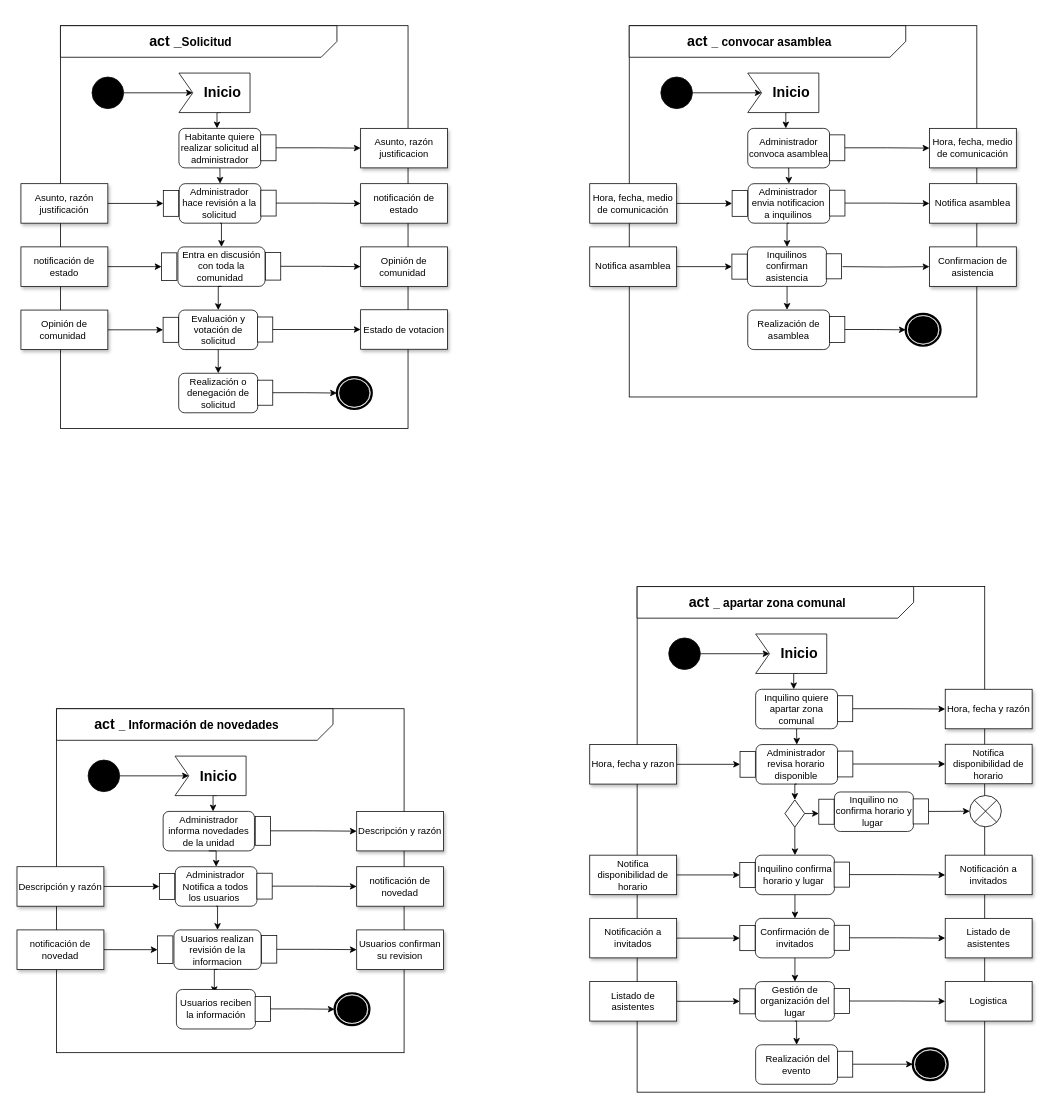
Before: Untitled Diagram.drawio in mnivia/Administracion-unidades-cerradas, a draw.io diagram. Source tidied: cells renumbered, new cells numbered last; positions are measured from the earlier drawing's top-left corner, leaving out a move shared by most shapes. Both pictures are drawn from the tidied source at 79%, with x=0, y=0 at pixel (17, 25).
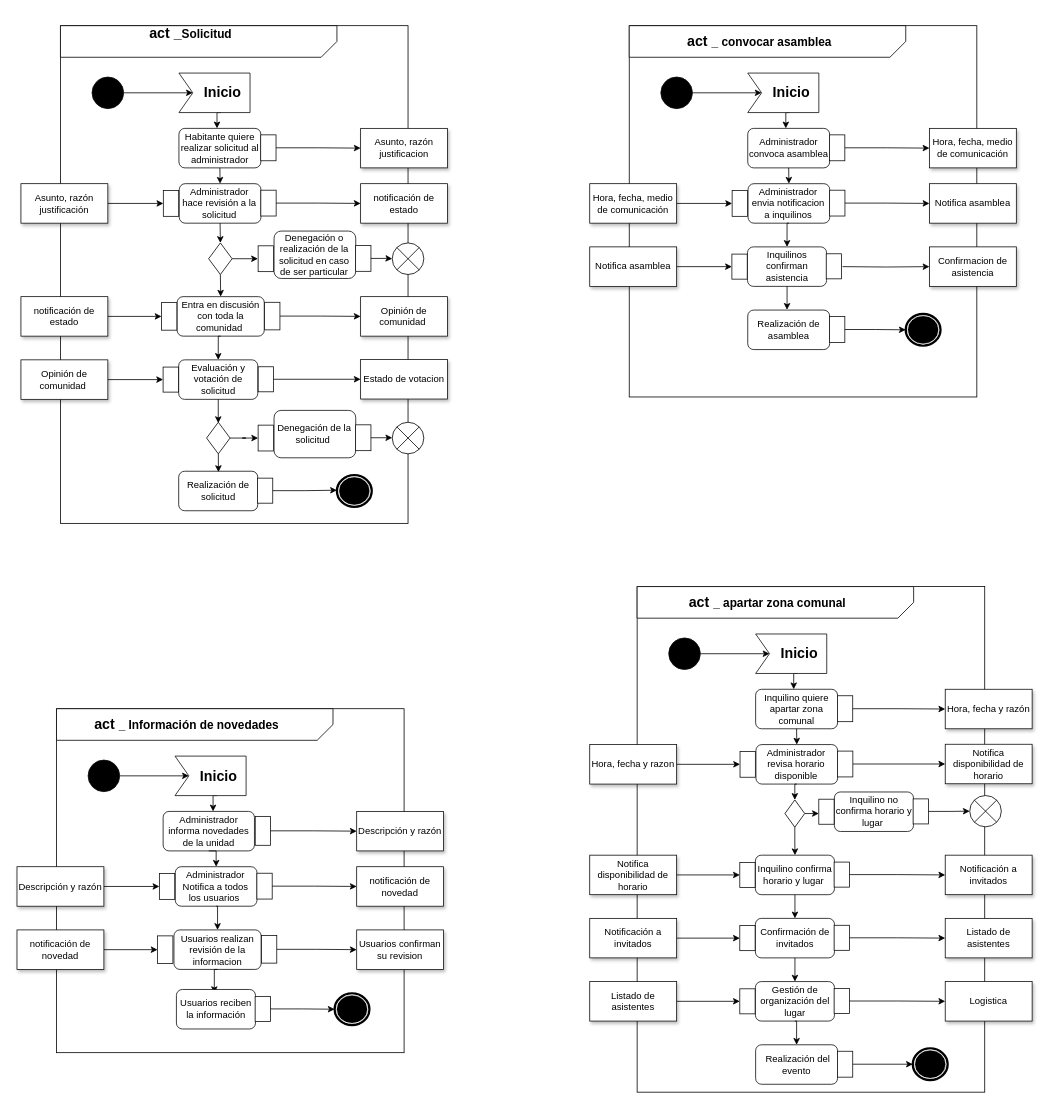
Above is the later version.

Unchanged cells that the change refers to:
```xml
<mxCell id="110" value="Administrador hace revisión a la solicitud" style="rounded=1;whiteSpace=wrap;html=1;strokeColor=#0D0D0D;fillColor=#FFFFFF;" parent="109" vertex="1">
  <mxGeometry width="103.4" height="50" as="geometry" />
</mxCell>
<mxCell id="119" value="Entra en discusión con toda la comunidad&amp;nbsp;" style="rounded=1;whiteSpace=wrap;html=1;strokeColor=#0D0D0D;fillColor=#FFFFFF;" parent="118" vertex="1">
  <mxGeometry width="110.3" height="50" as="geometry" />
</mxCell>
<mxCell id="133" style="group;" parent="132" vertex="1">
  <mxGeometry x="19.7" width="125.5" height="50" as="geometry" />
</mxCell>
<mxCell id="134" value="Evaluación y votación de solicitud" style="rounded=1;whiteSpace=wrap;html=1;strokeColor=#0D0D0D;fillColor=#FFFFFF;" parent="133" vertex="1">
  <mxGeometry width="100.1" height="50" as="geometry" />
</mxCell>
<mxCell id="141" style="group;" parent="140" vertex="1">
  <mxGeometry x="19.7" width="125.5" height="50" as="geometry" />
</mxCell>
<mxCell id="143" style="rounded=0;whiteSpace=wrap;html=1;strokeColor=#0D0D0D;fillColor=#FFFFFF;rotation=-90;" parent="141" vertex="1">
  <mxGeometry x="93.5" y="14.9" width="31.7" height="19.4" as="geometry" />
</mxCell>
```

Diff of the diagram source:
```diff
@@
     <mxCell id="97" style="rounded=0;whiteSpace=wrap;html=1;" parent="1" vertex="1">
-      <mxGeometry x="55" width="440" height="510" as="geometry" />
+      <mxGeometry x="55" width="440" height="630" as="geometry" />
     </mxCell>
@@
     <mxCell id="99" value="&lt;h2 style=&quot;text-align: left&quot;&gt;act&lt;b&gt;&amp;nbsp;_&lt;span style=&quot;font-size: 15px&quot;&gt;Solicitud&lt;/span&gt;&lt;/b&gt;&lt;/h2&gt;" style="text;html=1;strokeColor=none;fillColor=none;align=center;verticalAlign=middle;whiteSpace=wrap;rounded=0;" parent="1" vertex="1">
-      <mxGeometry x="55" y="10" width="330" height="20" as="geometry" />
+      <mxGeometry x="55" width="330" height="20" as="geometry" />
     </mxCell>
     <mxCell id="100" style="shape=mxgraph.bpmn.shape;html=1;verticalLabelPosition=bottom;labelBackgroundColor=#ffffff;verticalAlign=top;align=center;perimeter=ellipsePerimeter;outline=end;symbol=terminate;" parent="1" vertex="1">
-      <mxGeometry x="405" y="445" width="44" height="40" as="geometry" />
+      <mxGeometry x="405" y="569" width="44" height="40" as="geometry" />
     </mxCell>
@@
     <mxCell id="116" value="notificación de estado" style="rounded=0;whiteSpace=wrap;html=1;strokeColor=#0D0D0D;fillColor=#FFFFFF;shadow=1;" parent="1" vertex="1">
-      <mxGeometry x="5" y="280" width="110" height="50" as="geometry" />
+      <mxGeometry x="5" y="343" width="110" height="50" as="geometry" />
     </mxCell>
     <mxCell id="117" style="group;" parent="1" vertex="1">
-      <mxGeometry x="182" y="280" width="160" height="50" as="geometry" />
+      <mxGeometry x="181" y="343" width="160" height="50" as="geometry" />
     </mxCell>
@@
     <mxCell id="121" style="rounded=0;whiteSpace=wrap;html=1;strokeColor=#0D0D0D;fillColor=#FFFFFF;rotation=-90;" parent="117" vertex="1">
-      <mxGeometry x="-6.8" y="15.3" width="34.9" height="19.4" as="geometry" />
+      <mxGeometry x="-5.8" y="15.3" width="34.9" height="19.4" as="geometry" />
     </mxCell>
@@
     <mxCell id="124" value="Opinión de comunidad&amp;nbsp;" style="rounded=0;whiteSpace=wrap;html=1;strokeColor=#0D0D0D;fillColor=#FFFFFF;shadow=1;" parent="1" vertex="1">
-      <mxGeometry x="435" y="280" width="110" height="50" as="geometry" />
+      <mxGeometry x="435" y="343" width="110" height="50" as="geometry" />
     </mxCell>
@@
-    <mxCell id="129" style="edgeStyle=orthogonalEdgeStyle;rounded=0;jettySize=auto;html=1;exitX=0.5;exitY=1;exitDx=0;exitDy=0;entryX=0.5;entryY=0;entryDx=0;entryDy=0;" parent="1" edge="1" source="110" target="119">
-      <mxGeometry relative="1" as="geometry" />
-    </mxCell>
@@
     <mxCell id="131" value="Opinión de comunidad&amp;nbsp;" style="rounded=0;whiteSpace=wrap;html=1;strokeColor=#0D0D0D;fillColor=#FFFFFF;shadow=1;" parent="1" vertex="1">
-      <mxGeometry x="5" y="360" width="110" height="50" as="geometry" />
+      <mxGeometry x="5" y="423" width="110" height="50" as="geometry" />
     </mxCell>
     <mxCell id="132" style="group;fontStyle=1;" parent="1" vertex="1">
-      <mxGeometry x="185" y="360" width="145.2" height="50" as="geometry" />
+      <mxGeometry x="185" y="423" width="145.2" height="50" as="geometry" />
     </mxCell>
@@
     <mxCell id="135" style="rounded=0;whiteSpace=wrap;html=1;strokeColor=#0D0D0D;fillColor=#FFFFFF;rotation=-90;" parent="133" vertex="1">
-      <mxGeometry x="93.5" y="14.9" width="31.7" height="19.4" as="geometry" />
+      <mxGeometry x="94.5" y="14.9" width="31.7" height="19.4" as="geometry" />
     </mxCell>
@@
     <mxCell id="138" value="Estado de votacion" style="rounded=0;whiteSpace=wrap;html=1;strokeColor=#0D0D0D;fillColor=#FFFFFF;shadow=1;" parent="1" vertex="1">
-      <mxGeometry x="435" y="359.6" width="110" height="50" as="geometry" />
+      <mxGeometry x="435" y="422.6" width="110" height="50" as="geometry" />
     </mxCell>
@@
     <mxCell id="140" style="group;fontStyle=1;" parent="1" vertex="1">
-      <mxGeometry x="185" y="440" width="145.2" height="50" as="geometry" />
+      <mxGeometry x="185" y="564" width="145.2" height="50" as="geometry" />
     </mxCell>
@@
-    <mxCell id="142" value="Realización o denegación de solicitud" style="rounded=1;whiteSpace=wrap;html=1;strokeColor=#0D0D0D;fillColor=#FFFFFF;" parent="141" vertex="1">
+    <mxCell id="142" value="Realización de solicitud" style="rounded=1;whiteSpace=wrap;html=1;strokeColor=#0D0D0D;fillColor=#FFFFFF;" parent="141" vertex="1">
       <mxGeometry width="100.1" height="50" as="geometry" />
     </mxCell>
@@
     <mxCell id="144" style="edgeStyle=orthogonalEdgeStyle;rounded=0;jettySize=auto;html=1;exitX=0.5;exitY=1;exitDx=0;exitDy=0;" parent="1" edge="1" source="143">
       <mxGeometry relative="1" as="geometry">
-        <mxPoint x="405" y="465" as="targetPoint" />
+        <mxPoint x="405" y="588" as="targetPoint" />
       </mxGeometry>
     </mxCell>
-    <mxCell id="145" style="edgeStyle=orthogonalEdgeStyle;rounded=0;jettySize=auto;html=1;exitX=0.5;exitY=1;exitDx=0;exitDy=0;entryX=0.5;entryY=0;entryDx=0;entryDy=0;" parent="1" edge="1" source="134" target="142">
-      <mxGeometry relative="1" as="geometry" />
+    <mxCell id="145" style="edgeStyle=orthogonalEdgeStyle;rounded=0;jettySize=auto;html=1;exitX=0.5;exitY=1;exitDx=0;exitDy=0;entryX=0.5;entryY=0;entryDx=0;entryDy=0;" parent="1" edge="1" source="134">
+      <mxGeometry relative="1" as="geometry">
+        <mxPoint x="254.8" y="503" as="targetPoint" />
+      </mxGeometry>
     </mxCell>
@@
+    <mxCell id="196" style="edgeStyle=orthogonalEdgeStyle;rounded=0;jettySize=auto;html=1;exitX=1;exitY=0.5;exitDx=0;exitDy=0;" parent="1" edge="1" source="198">
+      <mxGeometry relative="1" as="geometry">
+        <mxPoint x="305" y="294.9" as="targetPoint" />
+      </mxGeometry>
+    </mxCell>
+    <mxCell id="197" style="edgeStyle=orthogonalEdgeStyle;rounded=0;jettySize=auto;html=1;exitX=0.5;exitY=1;exitDx=0;exitDy=0;entryX=0.5;entryY=0;entryDx=0;entryDy=0;" parent="1" edge="1" source="198" target="119">
+      <mxGeometry relative="1" as="geometry" />
+    </mxCell>
+    <mxCell id="198" style="rhombus;whiteSpace=wrap;html=1;" parent="1" vertex="1">
+      <mxGeometry x="242.6" y="275" width="29.7" height="40" as="geometry" />
+    </mxCell>
+    <mxCell id="199" style="group;" parent="1" vertex="1">
+      <mxGeometry x="305" y="270" width="150" height="50" as="geometry" />
+    </mxCell>
+    <mxCell id="200" style="group;" parent="199" vertex="1">
+      <mxGeometry x="20.4" width="129.6" height="50" as="geometry" />
+    </mxCell>
+    <mxCell id="201" value="Denegación o realización de la solicitud en caso de ser particular" style="rounded=1;whiteSpace=wrap;html=1;strokeColor=#0D0D0D;fillColor=#FFFFFF;" parent="200" vertex="1">
+      <mxGeometry y="-10" width="103.4" height="60" as="geometry" />
+    </mxCell>
+    <mxCell id="202" style="rounded=0;whiteSpace=wrap;html=1;strokeColor=#0D0D0D;fillColor=#FFFFFF;rotation=-90;" parent="200" vertex="1">
+      <mxGeometry x="96.6" y="14.9" width="32.7" height="19.4" as="geometry" />
+    </mxCell>
+    <mxCell id="203" style="rounded=0;whiteSpace=wrap;html=1;strokeColor=#0D0D0D;fillColor=#FFFFFF;rotation=-90;" parent="199" vertex="1">
+      <mxGeometry x="-6.4" y="15.3" width="32.7" height="19.4" as="geometry" />
+    </mxCell>
+    <mxCell id="204" style="shape=sumEllipse;perimeter=ellipsePerimeter;whiteSpace=wrap;html=1;backgroundOutline=1;" parent="1" vertex="1">
+      <mxGeometry x="475" y="275" width="40" height="40" as="geometry" />
+    </mxCell>
+    <mxCell id="205" style="edgeStyle=orthogonalEdgeStyle;rounded=0;jettySize=auto;html=1;" parent="1" edge="1" source="202" target="204">
+      <mxGeometry relative="1" as="geometry" />
+    </mxCell>
+    <mxCell id="206" style="edgeStyle=orthogonalEdgeStyle;rounded=0;jettySize=auto;html=1;exitX=0.5;exitY=1;exitDx=0;exitDy=0;" parent="1" edge="1" source="208">
+      <mxGeometry relative="1" as="geometry">
+        <mxPoint x="255" y="565" as="targetPoint" />
+      </mxGeometry>
+    </mxCell>
+    <mxCell id="207" style="edgeStyle=orthogonalEdgeStyle;rounded=0;jettySize=auto;html=1;exitX=1;exitY=0.5;exitDx=0;exitDy=0;" parent="1" edge="1" source="208" target="213">
+      <mxGeometry relative="1" as="geometry" />
+    </mxCell>
+    <mxCell id="208" style="rhombus;whiteSpace=wrap;html=1;" parent="1" vertex="1">
+      <mxGeometry x="240" y="502" width="29.7" height="40" as="geometry" />
+    </mxCell>
+    <mxCell id="209" style="group;" parent="1" vertex="1">
+      <mxGeometry x="305" y="497" width="150" height="50" as="geometry" />
+    </mxCell>
+    <mxCell id="210" style="group;" parent="209" vertex="1">
+      <mxGeometry x="20.4" width="129.6" height="50" as="geometry" />
+    </mxCell>
+    <mxCell id="211" value="Denegación de la solicitud&amp;nbsp;" style="rounded=1;whiteSpace=wrap;html=1;strokeColor=#0D0D0D;fillColor=#FFFFFF;" parent="210" vertex="1">
+      <mxGeometry y="-10" width="103.4" height="60" as="geometry" />
+    </mxCell>
+    <mxCell id="212" style="rounded=0;whiteSpace=wrap;html=1;strokeColor=#0D0D0D;fillColor=#FFFFFF;rotation=-90;" parent="210" vertex="1">
+      <mxGeometry x="96.6" y="14.9" width="32.7" height="19.4" as="geometry" />
+    </mxCell>
+    <mxCell id="213" style="rounded=0;whiteSpace=wrap;html=1;strokeColor=#0D0D0D;fillColor=#FFFFFF;rotation=-90;" parent="209" vertex="1">
+      <mxGeometry x="-6.4" y="15.3" width="32.7" height="19.4" as="geometry" />
+    </mxCell>
+    <mxCell id="214" style="shape=sumEllipse;perimeter=ellipsePerimeter;whiteSpace=wrap;html=1;backgroundOutline=1;" parent="1" vertex="1">
+      <mxGeometry x="475" y="502" width="40" height="40" as="geometry" />
+    </mxCell>
+    <mxCell id="215" style="edgeStyle=orthogonalEdgeStyle;rounded=0;jettySize=auto;html=1;exitX=0.5;exitY=1;exitDx=0;exitDy=0;entryX=0;entryY=0.5;entryDx=0;entryDy=0;" parent="1" edge="1" source="212" target="214">
+      <mxGeometry relative="1" as="geometry" />
+    </mxCell>
+    <mxCell id="216" style="edgeStyle=orthogonalEdgeStyle;rounded=0;jettySize=auto;html=1;exitX=0.5;exitY=1;exitDx=0;exitDy=0;entryX=0.5;entryY=0;entryDx=0;entryDy=0;" parent="1" edge="1" source="110" target="198">
+      <mxGeometry relative="1" as="geometry" />
+    </mxCell>
```
